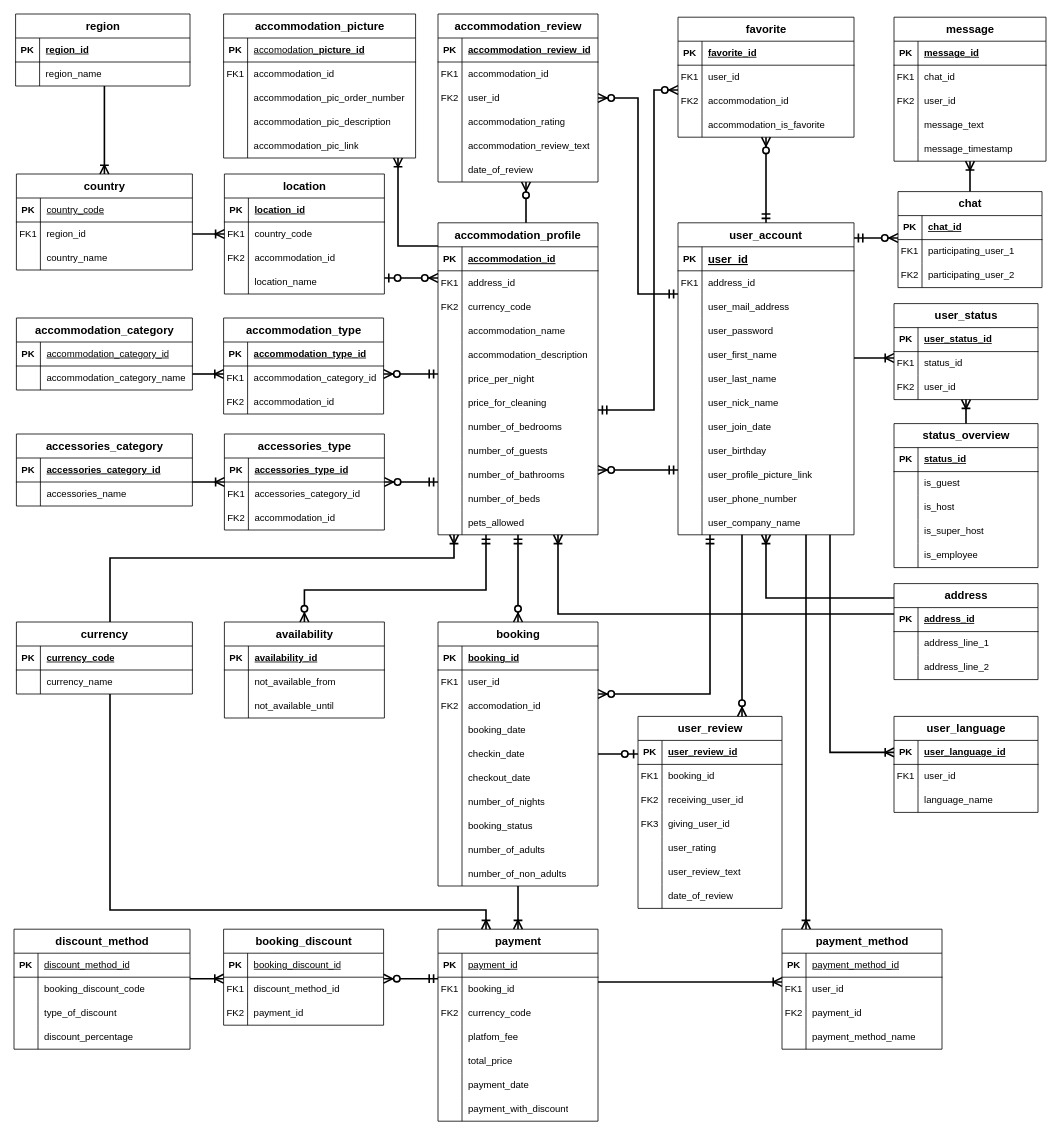
DaSteff91/SQL_Repo keeps this draw.io diagram as Steffbnb.drawio. Above is the earlier version. Source tidied: cells renumbered, new cells numbered last; positions are measured from the earlier drawing's top-left corner, leaving out a move shared by most shapes. Both pictures are drawn from the tidied source at 80%, with x=0, y=0 at pixel (14, 14).
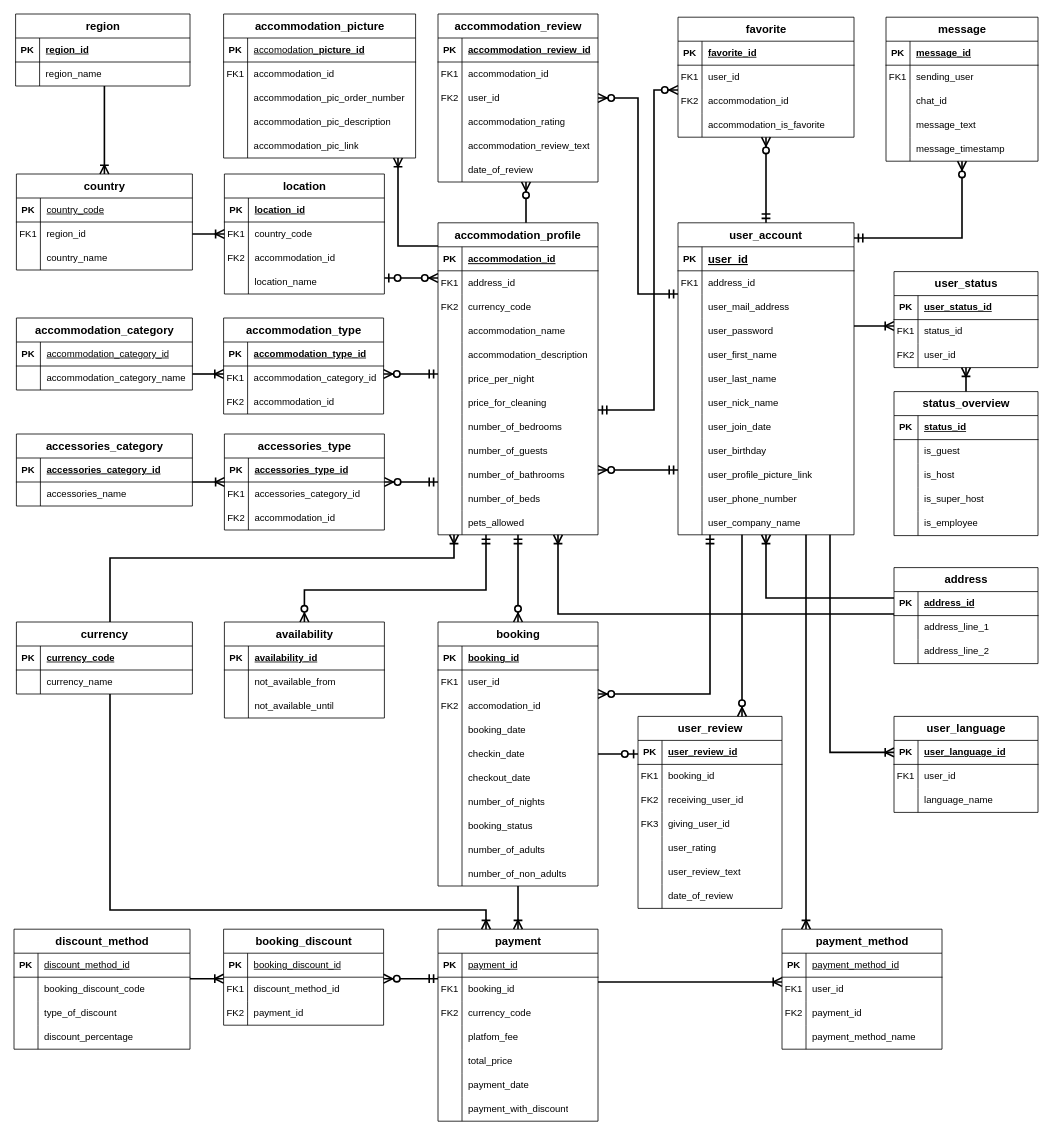
After the change.

The change refers to these unchanged cells:
```xml
<mxCell id="2" value="user_account" style="shape=table;startSize=30;childLayout=tableLayout;rowLines=0;fontStyle=1;align=center;fontSize=14;resizeLastRow=0;swimlaneHead=1;swimlaneBody=1;horizontal=1;portConstraintRotation=0;noLabel=0;labelBackgroundColor=none;" parent="1" vertex="1">
  <mxGeometry x="830" y="261" width="220" height="390" as="geometry" />
</mxCell>
<mxCell id="190" style="shape=tableRow;horizontal=0;startSize=0;swimlaneHead=0;swimlaneBody=0;fillColor=none;top=0;left=0;right=0;bottom=0;labelBackgroundColor=none;" parent="186" vertex="1">
  <mxGeometry y="60" width="190" height="30" as="geometry" />
</mxCell>
<mxCell id="193" style="shape=tableRow;horizontal=0;startSize=0;swimlaneHead=0;swimlaneBody=0;fillColor=none;top=0;left=0;right=0;bottom=0;labelBackgroundColor=none;" parent="186" vertex="1">
  <mxGeometry y="90" width="190" height="30" as="geometry" />
</mxCell>
```

Change to the diagram source:
```diff
@@
-    <mxCell id="176" value="chat" style="shape=table;startSize=30;childLayout=tableLayout;rowLines=0;fontStyle=1;align=center;html=1;fontSize=14;labelBackgroundColor=none;" parent="1" vertex="1">
-      <mxGeometry x="1105" y="222" width="180" height="120" as="geometry" />
-    </mxCell>
-    <mxCell id="177" style="shape=tableRow;horizontal=0;startSize=0;swimlaneHead=0;swimlaneBody=0;fillColor=none;top=0;left=0;right=0;bottom=1;labelBackgroundColor=none;" parent="176" vertex="1">
-      <mxGeometry y="30" width="180" height="30" as="geometry" />
-    </mxCell>
-    <mxCell id="178" value="PK" style="shape=partialRectangle;fillColor=none;top=0;left=0;bottom=0;right=0;fontStyle=1;overflow=hidden;whiteSpace=wrap;html=1;labelBackgroundColor=none;" parent="177" vertex="1">
-      <mxGeometry width="30" height="30" as="geometry" />
-    </mxCell>
-    <mxCell id="179" value="chat_id" style="shape=partialRectangle;fillColor=none;top=0;left=0;bottom=0;right=0;align=left;spacingLeft=6;fontStyle=5;overflow=hidden;whiteSpace=wrap;html=1;labelBackgroundColor=none;" parent="177" vertex="1">
-      <mxGeometry x="30" width="150" height="30" as="geometry" />
-    </mxCell>
-    <mxCell id="180" style="shape=tableRow;horizontal=0;startSize=0;swimlaneHead=0;swimlaneBody=0;fillColor=none;top=0;left=0;right=0;bottom=0;labelBackgroundColor=none;" parent="176" vertex="1">
-      <mxGeometry y="60" width="180" height="30" as="geometry" />
-    </mxCell>
-    <mxCell id="181" value="FK1" style="shape=partialRectangle;fillColor=none;top=0;left=0;bottom=0;right=0;overflow=hidden;whiteSpace=wrap;html=1;labelBackgroundColor=none;" parent="180" vertex="1">
-      <mxGeometry width="30" height="30" as="geometry" />
-    </mxCell>
-    <mxCell id="182" value="participating_user_1" style="shape=partialRectangle;fillColor=none;top=0;left=0;bottom=0;right=0;align=left;spacingLeft=6;overflow=hidden;whiteSpace=wrap;html=1;labelBackgroundColor=none;" parent="180" vertex="1">
-      <mxGeometry x="30" width="150" height="30" as="geometry" />
-    </mxCell>
-    <mxCell id="183" style="shape=tableRow;horizontal=0;startSize=0;swimlaneHead=0;swimlaneBody=0;fillColor=none;top=0;left=0;right=0;bottom=0;labelBackgroundColor=none;" parent="176" vertex="1">
-      <mxGeometry y="90" width="180" height="30" as="geometry" />
-    </mxCell>
-    <mxCell id="184" value="FK2" style="shape=partialRectangle;fillColor=none;top=0;left=0;bottom=0;right=0;overflow=hidden;whiteSpace=wrap;html=1;labelBackgroundColor=none;" parent="183" vertex="1">
-      <mxGeometry width="30" height="30" as="geometry" />
-    </mxCell>
-    <mxCell id="185" value="participating_user_2" style="shape=partialRectangle;fillColor=none;top=0;left=0;bottom=0;right=0;align=left;spacingLeft=6;overflow=hidden;whiteSpace=wrap;html=1;labelBackgroundColor=none;" parent="183" vertex="1">
-      <mxGeometry x="30" width="150" height="30" as="geometry" />
-    </mxCell>
     <mxCell id="186" value="message" style="shape=table;startSize=30;childLayout=tableLayout;rowLines=0;fontStyle=1;align=center;html=1;fontSize=14;labelBackgroundColor=none;" parent="1" vertex="1">
-      <mxGeometry x="1100" y="4" width="190" height="180" as="geometry" />
+      <mxGeometry x="1090" y="4" width="190" height="180" as="geometry" />
     </mxCell>
@@
-    <mxCell id="192" value="chat_id" style="shape=partialRectangle;fillColor=none;top=0;left=0;bottom=0;right=0;align=left;spacingLeft=6;overflow=hidden;whiteSpace=wrap;html=1;labelBackgroundColor=none;" parent="190" vertex="1">
+    <mxCell id="192" value="sending_user" style="shape=partialRectangle;fillColor=none;top=0;left=0;bottom=0;right=0;align=left;spacingLeft=6;overflow=hidden;whiteSpace=wrap;html=1;labelBackgroundColor=none;" parent="190" vertex="1">
       <mxGeometry x="30" width="160" height="30" as="geometry" />
     </mxCell>
@@
-    <mxCell id="194" value="FK2" style="shape=partialRectangle;fillColor=none;top=0;left=0;bottom=0;right=0;overflow=hidden;whiteSpace=wrap;html=1;labelBackgroundColor=none;" parent="193" vertex="1">
+    <mxCell id="194" style="shape=partialRectangle;fillColor=none;top=0;left=0;bottom=0;right=0;overflow=hidden;whiteSpace=wrap;html=1;labelBackgroundColor=none;" parent="193" vertex="1">
       <mxGeometry width="30" height="30" as="geometry" />
     </mxCell>
-    <mxCell id="195" value="user_id" style="shape=partialRectangle;fillColor=none;top=0;left=0;bottom=0;right=0;align=left;spacingLeft=6;overflow=hidden;whiteSpace=wrap;html=1;labelBackgroundColor=none;" parent="193" vertex="1">
+    <mxCell id="195" value="chat_id" style="shape=partialRectangle;fillColor=none;top=0;left=0;bottom=0;right=0;align=left;spacingLeft=6;overflow=hidden;whiteSpace=wrap;html=1;labelBackgroundColor=none;" parent="193" vertex="1">
       <mxGeometry x="30" width="160" height="30" as="geometry" />
     </mxCell>
@@
     <mxCell id="234" value="address" style="shape=table;startSize=30;childLayout=tableLayout;rowLines=0;fontStyle=1;align=center;html=1;fontSize=14;labelBackgroundColor=none;" parent="1" vertex="1">
-      <mxGeometry x="1100" y="712" width="180" height="120" as="geometry" />
+      <mxGeometry x="1100" y="692" width="180" height="120" as="geometry" />
     </mxCell>
@@
     <mxCell id="248" value="status_overview" style="shape=table;startSize=30;childLayout=tableLayout;rowLines=0;fontStyle=1;align=center;html=1;fontSize=14;labelBackgroundColor=none;" parent="1" vertex="1">
-      <mxGeometry x="1100" y="512" width="180" height="180" as="geometry" />
+      <mxGeometry x="1100" y="472" width="180" height="180" as="geometry" />
     </mxCell>
@@
     <mxCell id="267" value="user_status" style="shape=table;startSize=30;childLayout=tableLayout;rowLines=0;fontStyle=1;align=center;html=1;fontSize=14;labelBackgroundColor=none;" parent="1" vertex="1">
-      <mxGeometry x="1100" y="362" width="180" height="120" as="geometry" />
+      <mxGeometry x="1100" y="322" width="180" height="120" as="geometry" />
     </mxCell>
@@
-    <mxCell id="277" style="edgeStyle=orthogonalEdgeStyle;fontSize=12;html=1;endArrow=ERoneToMany;rounded=0;startSize=8;endSize=8;strokeWidth=2;labelBackgroundColor=none;fontColor=default;" parent="1" edge="1" source="2" target="267">
+    <mxCell id="277" style="edgeStyle=orthogonalEdgeStyle;fontSize=12;html=1;endArrow=ERoneToMany;rounded=0;startSize=8;endSize=8;strokeWidth=2;labelBackgroundColor=none;fontColor=default;" parent="1" edge="1" target="267">
       <mxGeometry relative="1" as="geometry">
+        <mxPoint x="1050" y="390" as="sourcePoint" />
         <Array as="points">
-          <mxPoint x="1070" y="430" />
-          <mxPoint x="1070" y="430" />
+          <mxPoint x="1070" y="390" />
+          <mxPoint x="1070" y="390" />
         </Array>
       </mxGeometry>
     </mxCell>
@@
-    <mxCell id="329" style="edgeStyle=orthogonalEdgeStyle;fontSize=12;html=1;endArrow=ERzeroToMany;startArrow=ERmandOne;rounded=0;strokeWidth=2;align=center;verticalAlign=middle;fontFamily=Helvetica;fontColor=default;labelBackgroundColor=none;startSize=8;endSize=8;" parent="1" edge="1" source="2" target="176">
+    <mxCell id="329" style="edgeStyle=orthogonalEdgeStyle;fontSize=12;html=1;endArrow=ERzeroToMany;startArrow=ERmandOne;rounded=0;strokeWidth=2;align=center;verticalAlign=middle;fontFamily=Helvetica;fontColor=default;labelBackgroundColor=none;startSize=8;endSize=8;" parent="1" edge="1" source="2" target="186">
       <mxGeometry relative="1" as="geometry">
         <Array as="points">
-          <mxPoint x="1080" y="280" />
-          <mxPoint x="1080" y="280" />
+          <mxPoint x="1185" y="280" />
         </Array>
       </mxGeometry>
     </mxCell>
-    <mxCell id="330" style="edgeStyle=orthogonalEdgeStyle;fontSize=12;html=1;endArrow=ERoneToMany;rounded=0;startSize=8;endSize=8;strokeWidth=2;labelBackgroundColor=none;fontColor=default;" parent="1" edge="1" source="176" target="186">
-      <mxGeometry relative="1" as="geometry">
-        <Array as="points">
-          <mxPoint x="1195" y="160" />
-          <mxPoint x="1195" y="160" />
-        </Array>
-      </mxGeometry>
-    </mxCell>
```
